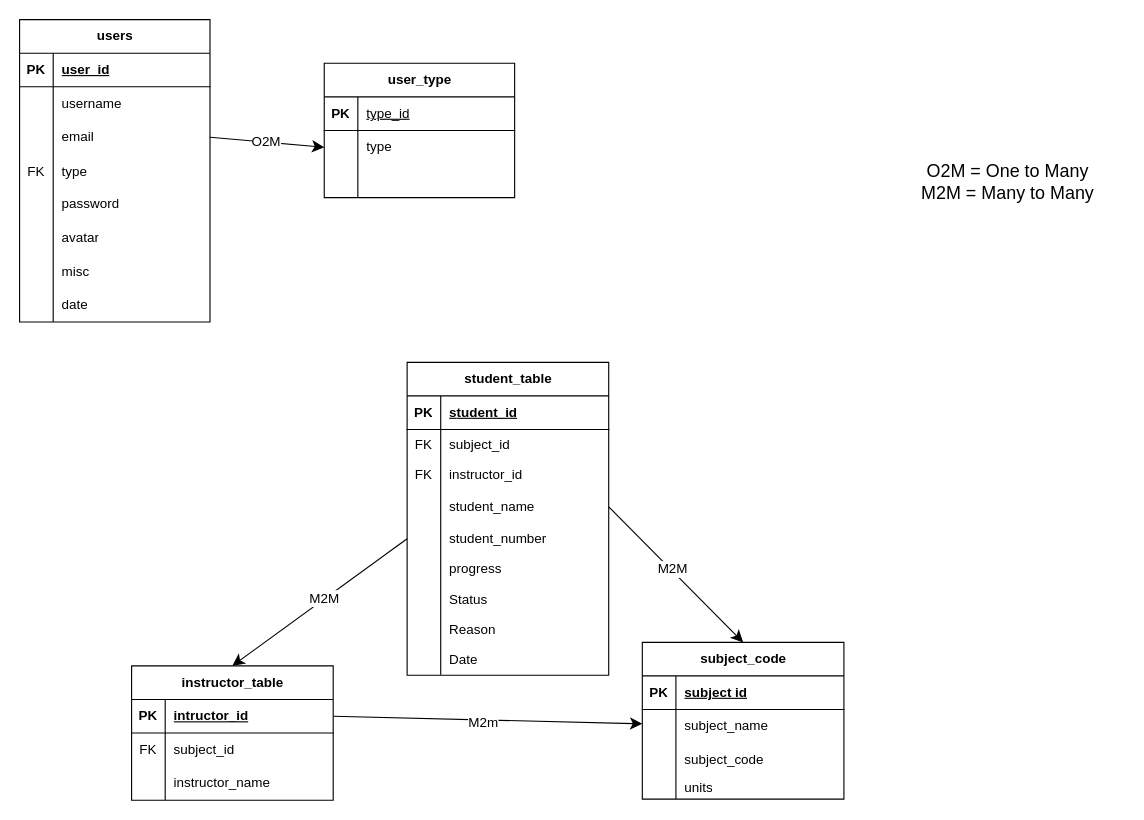
Earlier version of the draw.io diagram page "Page-2" (2 of 2) of misc/UBEERD.drawio (ItsAtomTech/UBE-Web-System). Source tidied: cells renumbered, new cells numbered last; positions are measured from the earlier drawing's top-left corner, leaving out a move shared by most shapes. Both pictures are drawn from the tidied source at 112%, with x=0, y=0 at pixel (19, 19).
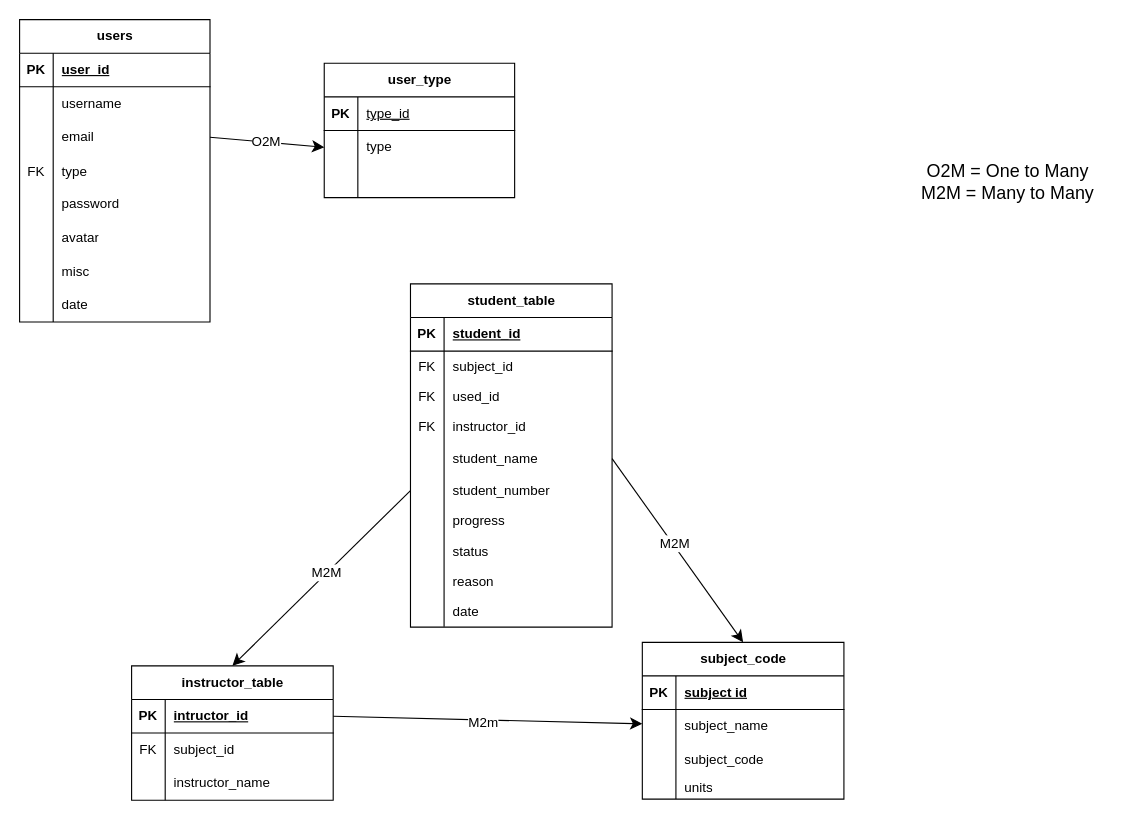
The same diagram, later.

What changed in the source:
```diff
@@
     <mxCell id="25" value="student_table" style="shape=table;startSize=30;childLayout=tableLayout;rowLines=0;fontStyle=1;align=center;html=1;" parent="1" vertex="1">
-      <mxGeometry x="346" y="306" width="180" height="279.4" as="geometry" />
+      <mxGeometry x="349" y="236" width="180" height="306.4" as="geometry" />
     </mxCell>
@@
+    <mxCell id="98" style="shape=tableRow;horizontal=0;startSize=0;swimlaneHead=0;swimlaneBody=0;fillColor=none;top=0;left=0;right=0;bottom=0;" parent="25" vertex="1">
+      <mxGeometry y="87" width="180" height="27" as="geometry" />
+    </mxCell>
+    <mxCell id="99" value="FK" style="shape=partialRectangle;fillColor=none;top=0;left=0;bottom=0;right=0;overflow=hidden;whiteSpace=wrap;html=1;" parent="98" vertex="1">
+      <mxGeometry width="30" height="27" as="geometry" />
+    </mxCell>
+    <mxCell id="100" value="used_id" style="shape=partialRectangle;fillColor=none;top=0;left=0;bottom=0;right=0;align=left;spacingLeft=6;overflow=hidden;whiteSpace=wrap;html=1;" parent="98" vertex="1">
+      <mxGeometry x="30" width="150" height="27" as="geometry" />
+    </mxCell>
     <mxCell id="32" style="shape=tableRow;horizontal=0;startSize=0;swimlaneHead=0;swimlaneBody=0;fillColor=none;top=0;left=0;right=0;bottom=0;" parent="25" vertex="1">
-      <mxGeometry y="87" width="180" height="27" as="geometry" />
+      <mxGeometry y="114" width="180" height="27" as="geometry" />
     </mxCell>
@@
     <mxCell id="35" style="shape=tableRow;horizontal=0;startSize=0;swimlaneHead=0;swimlaneBody=0;fillColor=none;points=[[0,0.5],[1,0.5]];portConstraint=eastwest;top=0;left=0;right=0;bottom=0;" parent="25" vertex="1">
-      <mxGeometry y="114" width="180" height="30" as="geometry" />
+      <mxGeometry y="141" width="180" height="30" as="geometry" />
     </mxCell>
@@
     <mxCell id="38" style="shape=tableRow;horizontal=0;startSize=0;swimlaneHead=0;swimlaneBody=0;fillColor=none;points=[[0,0.5],[1,0.5]];portConstraint=eastwest;top=0;left=0;right=0;bottom=0;" parent="25" vertex="1">
-      <mxGeometry y="144" width="180" height="27" as="geometry" />
+      <mxGeometry y="171" width="180" height="27" as="geometry" />
     </mxCell>
@@
     <mxCell id="41" style="shape=tableRow;horizontal=0;startSize=0;swimlaneHead=0;swimlaneBody=0;fillColor=none;top=0;left=0;right=0;bottom=0;" parent="25" vertex="1">
-      <mxGeometry y="171" width="180" height="27" as="geometry" />
+      <mxGeometry y="198" width="180" height="27" as="geometry" />
     </mxCell>
@@
     <mxCell id="44" style="shape=tableRow;horizontal=0;startSize=0;swimlaneHead=0;swimlaneBody=0;fillColor=none;top=0;left=0;right=0;bottom=0;" parent="25" vertex="1">
-      <mxGeometry y="198" width="180" height="27" as="geometry" />
+      <mxGeometry y="225" width="180" height="27" as="geometry" />
     </mxCell>
@@
-    <mxCell id="46" value="Status" style="shape=partialRectangle;fillColor=none;top=0;left=0;bottom=0;right=0;align=left;spacingLeft=6;overflow=hidden;whiteSpace=wrap;html=1;" parent="44" vertex="1">
+    <mxCell id="46" value="status" style="shape=partialRectangle;fillColor=none;top=0;left=0;bottom=0;right=0;align=left;spacingLeft=6;overflow=hidden;whiteSpace=wrap;html=1;" parent="44" vertex="1">
       <mxGeometry x="30" width="150" height="27" as="geometry" />
     </mxCell>
     <mxCell id="47" style="shape=tableRow;horizontal=0;startSize=0;swimlaneHead=0;swimlaneBody=0;fillColor=none;top=0;left=0;right=0;bottom=0;" parent="25" vertex="1">
-      <mxGeometry y="225" width="180" height="27" as="geometry" />
+      <mxGeometry y="252" width="180" height="27" as="geometry" />
     </mxCell>
@@
-    <mxCell id="49" value="Reason" style="shape=partialRectangle;fillColor=none;top=0;left=0;bottom=0;right=0;align=left;spacingLeft=6;overflow=hidden;whiteSpace=wrap;html=1;" parent="47" vertex="1">
+    <mxCell id="49" value="reason" style="shape=partialRectangle;fillColor=none;top=0;left=0;bottom=0;right=0;align=left;spacingLeft=6;overflow=hidden;whiteSpace=wrap;html=1;" parent="47" vertex="1">
       <mxGeometry x="30" width="150" height="27" as="geometry" />
     </mxCell>
     <mxCell id="50" style="shape=tableRow;horizontal=0;startSize=0;swimlaneHead=0;swimlaneBody=0;fillColor=none;top=0;left=0;right=0;bottom=0;" parent="25" vertex="1">
-      <mxGeometry y="252" width="180" height="27" as="geometry" />
+      <mxGeometry y="279" width="180" height="27" as="geometry" />
     </mxCell>
@@
-    <mxCell id="52" value="Date" style="shape=partialRectangle;fillColor=none;top=0;left=0;bottom=0;right=0;align=left;spacingLeft=6;overflow=hidden;whiteSpace=wrap;html=1;" parent="50" vertex="1">
+    <mxCell id="52" value="date" style="shape=partialRectangle;fillColor=none;top=0;left=0;bottom=0;right=0;align=left;spacingLeft=6;overflow=hidden;whiteSpace=wrap;html=1;" parent="50" vertex="1">
       <mxGeometry x="30" width="150" height="27" as="geometry" />
     </mxCell>
```
